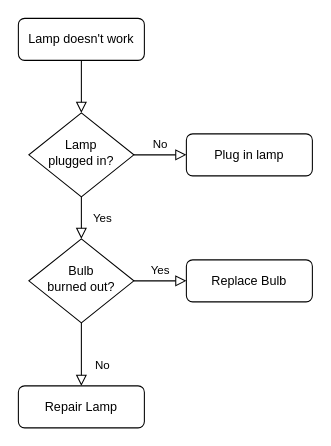
The draw.io diagram CheckOut.drawio in BHASVIC-FinnJones23/Kashyyyk6, before the edit. Source tidied: cells renumbered, new cells numbered last; positions are measured from the earlier drawing's top-left corner, leaving out a move shared by most shapes. Both pictures are drawn from the tidied source at 105%, with x=0, y=0 at pixel (18, 18).
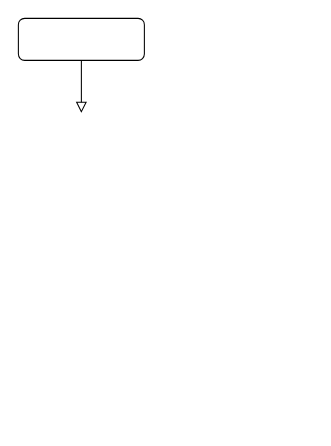
After the change.

Diff of the diagram source:
```diff
@@
 <mxGraphModel>
   <root>
     <mxCell id="0" />
     <mxCell id="1" parent="0" />
-    <mxCell id="2" style="rounded=0;html=1;jettySize=auto;fontSize=11;endArrow=block;endFill=0;endSize=8;strokeWidth=1;shadow=0;labelBackgroundColor=none;edgeStyle=orthogonalEdgeStyle;" parent="1" edge="1" source="3" target="6">
-      <mxGeometry relative="1" as="geometry" />
+    <mxCell id="2" style="rounded=0;html=1;jettySize=auto;fontSize=11;endArrow=block;endFill=0;endSize=8;strokeWidth=1;shadow=0;labelBackgroundColor=none;edgeStyle=orthogonalEdgeStyle;" parent="1" edge="1" source="3">
+      <mxGeometry relative="1" as="geometry">
+        <mxPoint x="60" y="90" as="targetPoint" />
+      </mxGeometry>
     </mxCell>
-    <mxCell id="3" value="Lamp doesn't work" style="rounded=1;whiteSpace=wrap;html=1;fontSize=12;glass=0;strokeWidth=1;shadow=0;" parent="1" vertex="1">
+    <mxCell id="3" style="rounded=1;whiteSpace=wrap;html=1;fontSize=12;glass=0;strokeWidth=1;shadow=0;" parent="1" vertex="1">
       <mxGeometry width="120" height="40" as="geometry" />
     </mxCell>
-    <mxCell id="4" value="Yes" style="rounded=0;html=1;jettySize=auto;fontSize=11;endArrow=block;endFill=0;endSize=8;strokeWidth=1;shadow=0;labelBackgroundColor=none;edgeStyle=orthogonalEdgeStyle;" parent="1" edge="1" source="6" target="10">
-      <mxGeometry y="20" relative="1" as="geometry" />
-    </mxCell>
-    <mxCell id="5" value="No" style="edgeStyle=orthogonalEdgeStyle;rounded=0;html=1;jettySize=auto;fontSize=11;endArrow=block;endFill=0;endSize=8;strokeWidth=1;shadow=0;labelBackgroundColor=none;" parent="1" edge="1" source="6" target="7">
-      <mxGeometry y="10" relative="1" as="geometry" />
-    </mxCell>
-    <mxCell id="6" value="Lamp&lt;br&gt;plugged in?" style="rhombus;whiteSpace=wrap;html=1;shadow=0;fontFamily=Helvetica;fontSize=12;align=center;strokeWidth=1;spacing=6;spacingTop=-4;" parent="1" vertex="1">
-      <mxGeometry x="10" y="90" width="100" height="80" as="geometry" />
-    </mxCell>
-    <mxCell id="7" value="Plug in lamp" style="rounded=1;whiteSpace=wrap;html=1;fontSize=12;glass=0;strokeWidth=1;shadow=0;" parent="1" vertex="1">
-      <mxGeometry x="160" y="110" width="120" height="40" as="geometry" />
-    </mxCell>
-    <mxCell id="8" value="No" style="rounded=0;html=1;jettySize=auto;fontSize=11;endArrow=block;endFill=0;endSize=8;strokeWidth=1;shadow=0;labelBackgroundColor=none;edgeStyle=orthogonalEdgeStyle;" parent="1" edge="1" source="10" target="11">
-      <mxGeometry x="0.33" y="20" relative="1" as="geometry" />
-    </mxCell>
-    <mxCell id="9" value="Yes" style="edgeStyle=orthogonalEdgeStyle;rounded=0;html=1;jettySize=auto;fontSize=11;endArrow=block;endFill=0;endSize=8;strokeWidth=1;shadow=0;labelBackgroundColor=none;" parent="1" edge="1" source="10" target="12">
-      <mxGeometry y="10" relative="1" as="geometry" />
-    </mxCell>
-    <mxCell id="10" value="Bulb&lt;br&gt;burned out?" style="rhombus;whiteSpace=wrap;html=1;shadow=0;fontFamily=Helvetica;fontSize=12;align=center;strokeWidth=1;spacing=6;spacingTop=-4;" parent="1" vertex="1">
-      <mxGeometry x="10" y="210" width="100" height="80" as="geometry" />
-    </mxCell>
-    <mxCell id="11" value="Repair Lamp" style="rounded=1;whiteSpace=wrap;html=1;fontSize=12;glass=0;strokeWidth=1;shadow=0;" parent="1" vertex="1">
-      <mxGeometry y="350" width="120" height="40" as="geometry" />
-    </mxCell>
-    <mxCell id="12" value="Replace Bulb" style="rounded=1;whiteSpace=wrap;html=1;fontSize=12;glass=0;strokeWidth=1;shadow=0;" parent="1" vertex="1">
-      <mxGeometry x="160" y="230" width="120" height="40" as="geometry" />
-    </mxCell>
   </root>
 </mxGraphModel>
```
